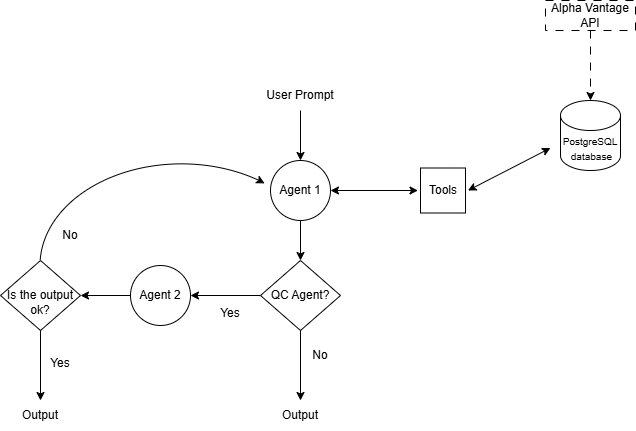
This is images/agent_pipeline.png from CarlosGomes00/crazy_jarvis, a draw.io export, as it was before one commit. Source tidied: cells renumbered, new cells last; positions are measured from the earlier drawing's top-left corner, leaving out a move shared by most shapes.
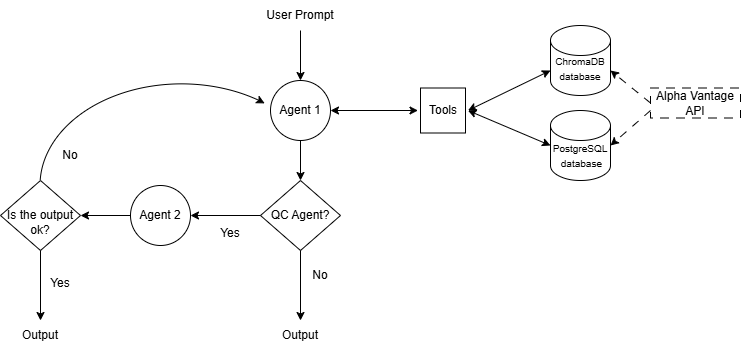
Later version of the same file.

Commit message:
[UPDATE] read_me and pipeline update

The edit, as a diff of the source:
```diff
@@ -81,19 +81,31 @@
       <mxGeometry x="10" y="400" width="60" height="30" as="geometry" />
     </mxCell>
     <mxCell id="26" style="shape=cylinder3;whiteSpace=wrap;html=1;boundedLbl=1;backgroundOutline=1;size=15;" parent="1" vertex="1">
-      <mxGeometry x="560" y="100" width="60" height="70" as="geometry" />
+      <mxGeometry x="550" y="190" width="60" height="70" as="geometry" />
     </mxCell>
     <mxCell id="27" value="&lt;font style=&quot;font-size: 10px;&quot;&gt;PostgreSQL&lt;/font&gt;&lt;div&gt;&lt;font style=&quot;font-size: 10px;&quot;&gt;&amp;nbsp;database&lt;/font&gt;&lt;/div&gt;" style="text;html=1;whiteSpace=wrap;strokeColor=none;fillColor=none;align=center;verticalAlign=middle;rounded=0;" parent="1" vertex="1">
-      <mxGeometry x="550" y="127.5" width="80" height="40" as="geometry" />
+      <mxGeometry x="540" y="215" width="80" height="40" as="geometry" />
     </mxCell>
-    <mxCell id="28" style="endArrow=classic;startArrow=classic;html=1;rounded=0;entryX=0;entryY=0.5;entryDx=0;entryDy=0;exitX=1;exitY=0.5;exitDx=0;exitDy=0;" parent="1" edge="1" source="7" target="27">
+    <mxCell id="28" style="endArrow=classic;startArrow=classic;html=1;rounded=0;exitX=1;exitY=0.5;exitDx=0;exitDy=0;entryX=0;entryY=0.5;entryDx=0;entryDy=0;entryPerimeter=0;" parent="1" edge="1" source="7" target="26">
       <mxGeometry relative="1" as="geometry" />
     </mxCell>
     <mxCell id="29" value="Alpha Vantage API" style="rounded=0;whiteSpace=wrap;html=1;dashed=1;dashPattern=8 8;" parent="1" vertex="1">
-      <mxGeometry x="545" width="90" height="30" as="geometry" />
+      <mxGeometry x="650" y="167.5" width="90" height="30" as="geometry" />
     </mxCell>
-    <mxCell id="30" style="endArrow=classic;html=1;rounded=0;entryX=0.5;entryY=0;entryDx=0;entryDy=0;exitX=0.5;exitY=1;exitDx=0;exitDy=0;entryPerimeter=0;dashed=1;dashPattern=8 8;" parent="1" edge="1" source="29" target="26">
+    <mxCell id="30" style="endArrow=classic;html=1;rounded=0;entryX=1;entryY=0.5;entryDx=0;entryDy=0;exitX=0;exitY=0.75;exitDx=0;exitDy=0;entryPerimeter=0;dashed=1;dashPattern=8 8;" parent="1" edge="1" source="29" target="26">
       <mxGeometry relative="1" as="geometry" />
     </mxCell>
+    <mxCell id="31" style="shape=cylinder3;whiteSpace=wrap;html=1;boundedLbl=1;backgroundOutline=1;size=15;" parent="1" vertex="1">
+      <mxGeometry x="550" y="105" width="60" height="70" as="geometry" />
+    </mxCell>
+    <mxCell id="32" value="&lt;span style=&quot;font-size: 10px;&quot;&gt;ChromaDB&lt;/span&gt;&lt;div&gt;&lt;span style=&quot;font-size: 10px;&quot;&gt;database&lt;/span&gt;&lt;/div&gt;" style="text;html=1;whiteSpace=wrap;strokeColor=none;fillColor=none;align=center;verticalAlign=middle;rounded=0;" parent="1" vertex="1">
+      <mxGeometry x="545" y="127.5" width="70" height="40" as="geometry" />
+    </mxCell>
+    <mxCell id="33" style="endArrow=classic;html=1;rounded=0;entryX=1;entryY=0;entryDx=0;entryDy=45;exitX=0;exitY=0.5;exitDx=0;exitDy=0;dashed=1;dashPattern=8 8;entryPerimeter=0;" parent="1" edge="1" source="29" target="31">
+      <mxGeometry relative="1" as="geometry" />
+    </mxCell>
+    <mxCell id="34" style="endArrow=classic;startArrow=classic;html=1;rounded=0;exitX=1;exitY=0.5;exitDx=0;exitDy=0;entryX=0;entryY=0;entryDx=0;entryDy=45;entryPerimeter=0;" parent="1" edge="1" source="7" target="31">
+      <mxGeometry relative="1" as="geometry" />
+    </mxCell>
   </root>
 </mxGraphModel>
```
